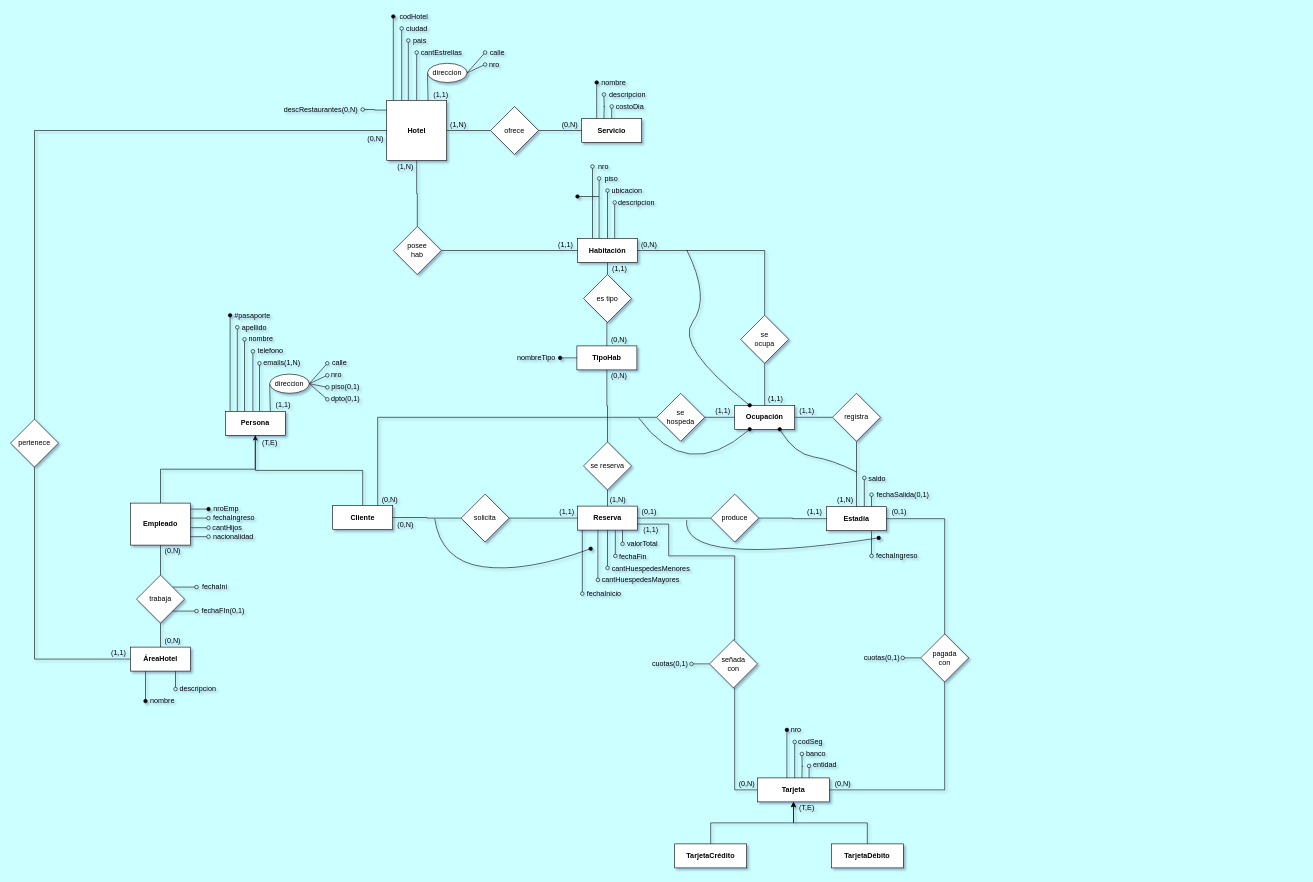
Before: BD/01-modelos/06-hotel/ej6-conceptual.drawio in sergiocld99/unlp-tramo-final, a draw.io diagram. Source tidied: cells renumbered, new cells numbered last; positions are measured from the earlier drawing's top-left corner, leaving out a move shared by most shapes. Both pictures are drawn from the tidied source at 60%, with x=0, y=0 at pixel (10, 10).
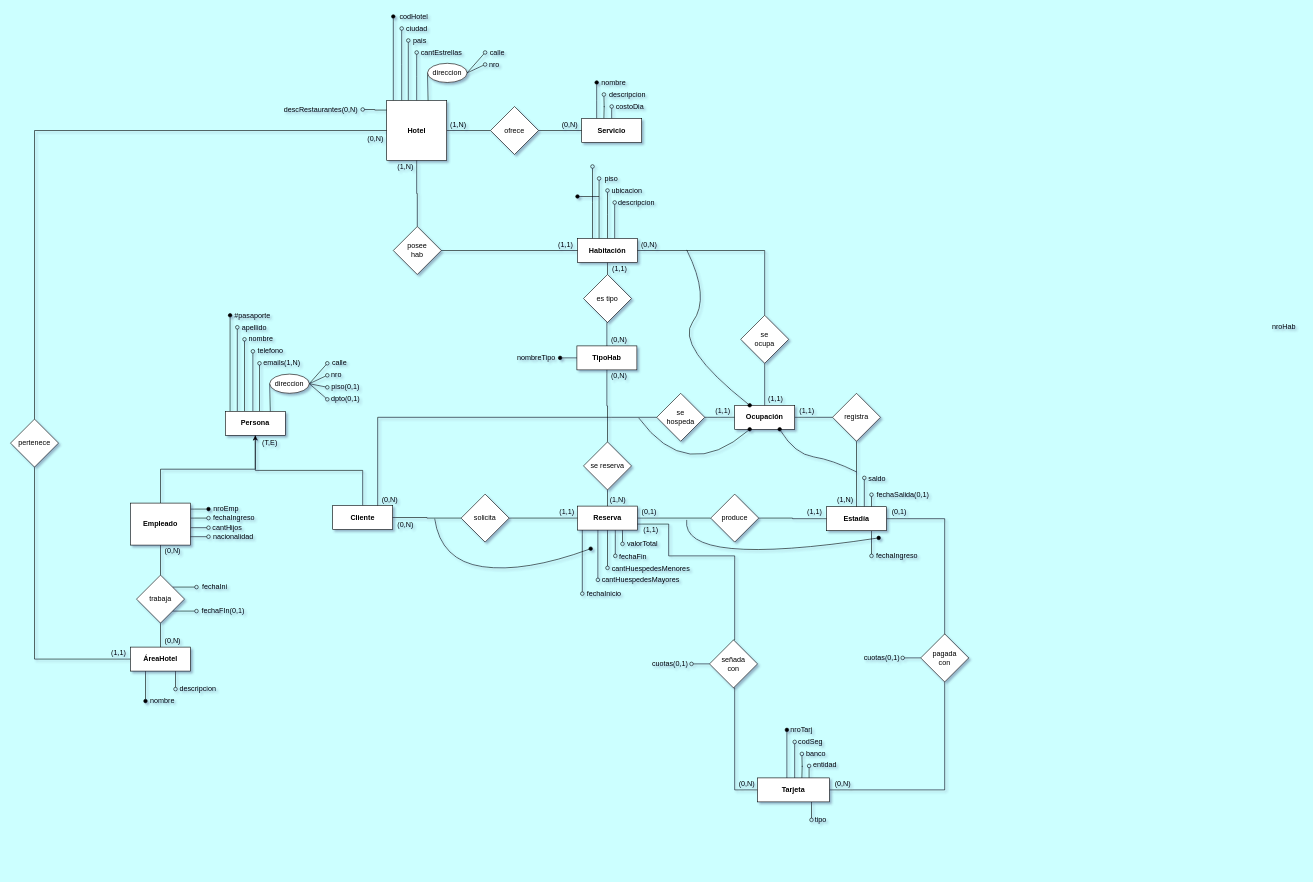
Above is the later version.

The change refers to these unchanged cells:
```xml
<mxCell id="162" value="Tarjeta" style="rounded=0;whiteSpace=wrap;html=1;fontStyle=1;" parent="1" vertex="1">
  <mxGeometry x="1245" y="1279" width="120" height="40" as="geometry" />
</mxCell>
```

The edit, as a diff of the source:
```diff
@@
-    <mxCell id="15" value="nro" style="text;html=1;align=center;verticalAlign=middle;strokeColor=none;fillColor=none;" parent="1" vertex="1">
-      <mxGeometry x="973" y="250" width="30" height="20" as="geometry" />
+    <mxCell id="15" value="nroHab" style="text;html=1;align=center;verticalAlign=middle;strokeColor=none;fillColor=none;" parent="1" vertex="1">
+      <mxGeometry x="2097" y="518" width="50" height="20" as="geometry" />
     </mxCell>
@@
-    <mxCell id="47" value="(1,1)" style="text;html=1;align=center;verticalAlign=middle;strokeColor=none;fillColor=none;" parent="1" vertex="1">
-      <mxGeometry x="434" y="648" width="40" height="20" as="geometry" />
-    </mxCell>
@@
-    <mxCell id="129" value="(1,1)" style="text;html=1;align=center;verticalAlign=middle;strokeColor=none;fillColor=none;" parent="1" vertex="1">
-      <mxGeometry x="697" y="130" width="40" height="20" as="geometry" />
-    </mxCell>
@@
+    <mxCell id="191" style="edgeStyle=orthogonalEdgeStyle;rounded=0;jettySize=auto;html=1;exitX=0.75;exitY=1;exitDx=0;exitDy=0;endArrow=oval;endFill=0;" parent="1" edge="1" source="162">
+      <mxGeometry relative="1" as="geometry">
+        <mxPoint x="1335" y="1349" as="targetPoint" />
+      </mxGeometry>
+    </mxCell>
@@
-    <mxCell id="163" value="nro" style="text;html=1;align=center;verticalAlign=middle;strokeColor=none;fillColor=none;" parent="1" vertex="1">
-      <mxGeometry x="1294" y="1189" width="30" height="20" as="geometry" />
+    <mxCell id="163" value="nroTarj" style="text;html=1;align=center;verticalAlign=middle;strokeColor=none;fillColor=none;" parent="1" vertex="1">
+      <mxGeometry x="1293" y="1189" width="50" height="20" as="geometry" />
     </mxCell>
@@
-    <mxCell id="169" style="edgeStyle=orthogonalEdgeStyle;rounded=0;jettySize=auto;html=1;exitX=0.5;exitY=0;exitDx=0;exitDy=0;entryX=0.5;entryY=1;entryDx=0;entryDy=0;" parent="1" edge="1" source="170" target="162">
-      <mxGeometry relative="1" as="geometry" />
-    </mxCell>
-    <mxCell id="170" value="TarjetaCrédito" style="rounded=0;whiteSpace=wrap;html=1;fontStyle=1;" parent="1" vertex="1">
-      <mxGeometry x="1107" y="1389" width="120" height="40" as="geometry" />
-    </mxCell>
-    <mxCell id="171" style="edgeStyle=orthogonalEdgeStyle;rounded=0;jettySize=auto;html=1;exitX=0.5;exitY=0;exitDx=0;exitDy=0;entryX=0.5;entryY=1;entryDx=0;entryDy=0;" parent="1" edge="1" source="172" target="162">
-      <mxGeometry relative="1" as="geometry" />
-    </mxCell>
-    <mxCell id="172" value="TarjetaDébito" style="rounded=0;whiteSpace=wrap;html=1;fontStyle=1;" parent="1" vertex="1">
-      <mxGeometry x="1368" y="1389" width="120" height="40" as="geometry" />
-    </mxCell>
-    <mxCell id="173" value="(T,E)" style="text;html=1;align=center;verticalAlign=middle;strokeColor=none;fillColor=none;" parent="1" vertex="1">
-      <mxGeometry x="1307" y="1319" width="40" height="20" as="geometry" />
-    </mxCell>
@@
+    <mxCell id="192" value="tipo" style="text;html=1;align=center;verticalAlign=middle;strokeColor=none;fillColor=none;" parent="1" vertex="1">
+      <mxGeometry x="1335" y="1339" width="30" height="20" as="geometry" />
+    </mxCell>
```
